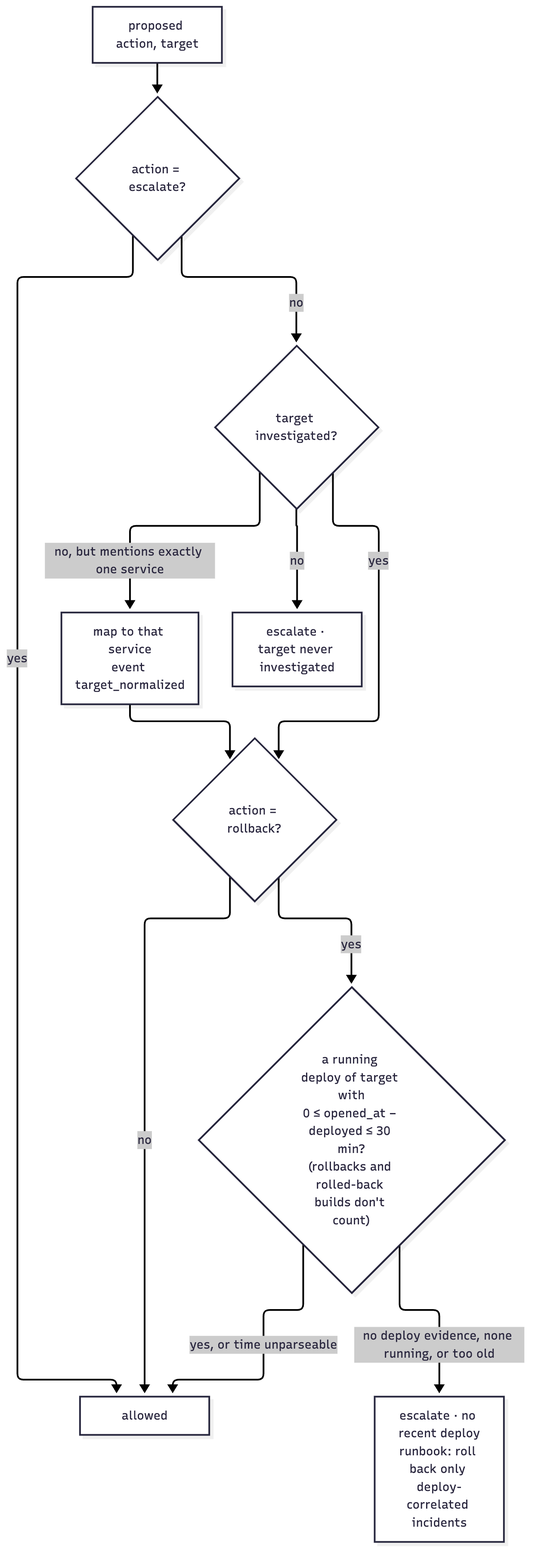
The Mermaid diagram docs/handbook/images/04-policy-decision.png in abdulmdev/sentinel-incident-copilot, before a commit. Its source is kept beside it as docs/handbook/diagrams/04-policy-decision.mmd.
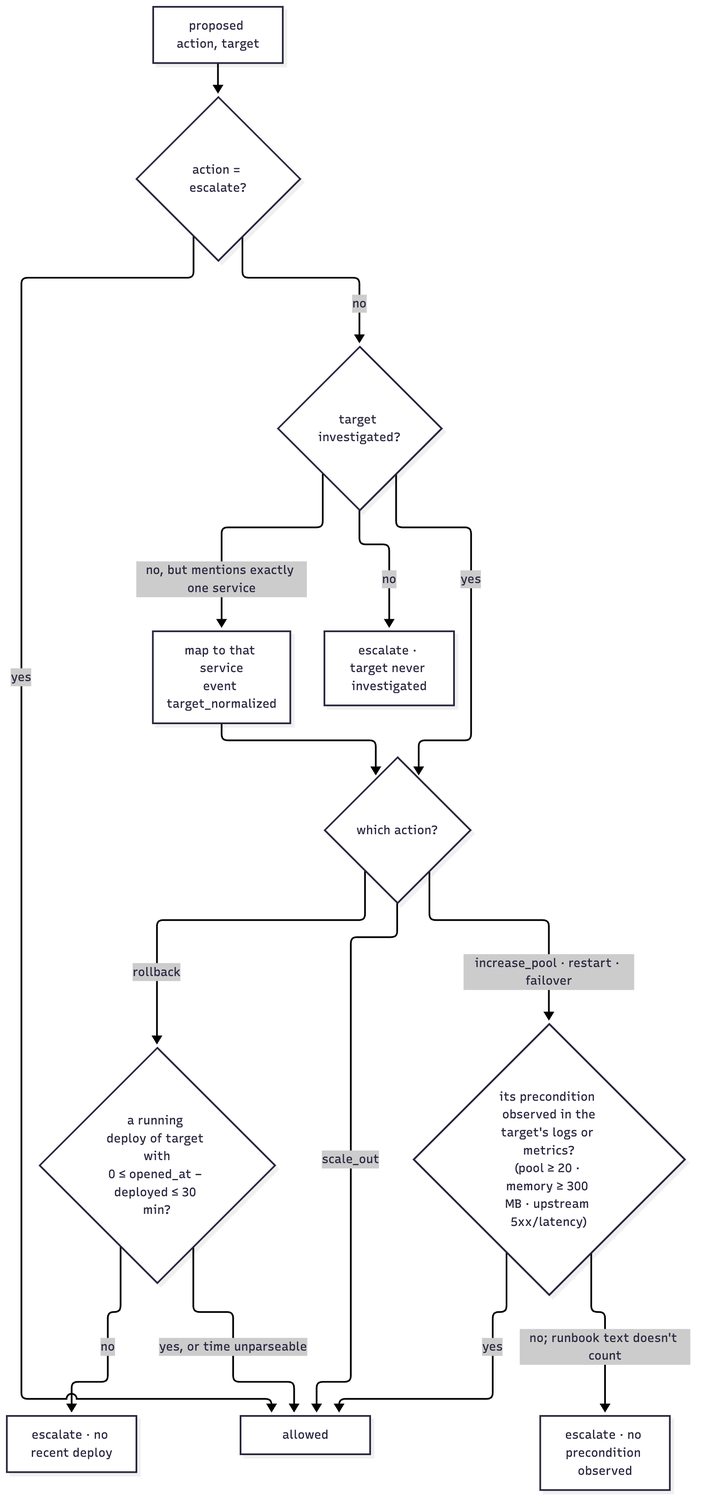
The same file after the commit.

Change to the diagram source:
```diff
@@ -4,8 +4,11 @@
   E -->|no| T{target investigated?}
   T -->|no, but mentions exactly one service| MAP[map to that service<br/>event target_normalized] --> T2
   T -->|no| BLOCK1[escalate · target never investigated]
-  T -->|yes| T2{action = rollback?}
-  T2 -->|no| PASS
-  T2 -->|yes| D{"a running deploy of target with<br/>0 ≤ opened_at − deployed ≤ 30 min?<br/>(rollbacks and rolled-back builds don't count)"}
+  T -->|yes| T2{which action?}
+  T2 -->|rollback| D{"a running deploy of target with<br/>0 ≤ opened_at − deployed ≤ 30 min?"}
   D -->|yes, or time unparseable| PASS
-  D -->|no deploy evidence, none running, or too old| BLOCK2[escalate · no recent deploy<br/>runbook: roll back only deploy-correlated incidents]
+  D -->|no| BLOCK2[escalate · no recent deploy]
+  T2 -->|increase_pool · restart · failover| P{"its precondition observed in the<br/>target's logs or metrics?<br/>(pool ≥ 20 · memory ≥ 300 MB · upstream 5xx/latency)"}
+  P -->|yes| PASS
+  P -->|no; runbook text doesn't count| BLOCK3[escalate · no precondition observed]
+  T2 -->|scale_out| PASS
```
